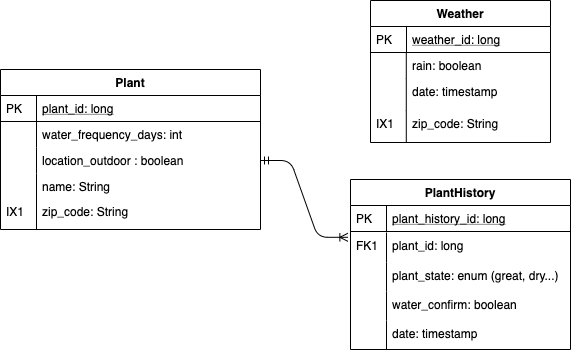
This is docs/img/erd.png from levisanchez/planta-dice, a draw.io export, as it was before one commit. Source tidied: cells renumbered, new cells last; positions are measured from the earlier drawing's top-left corner, leaving out a move shared by most shapes.
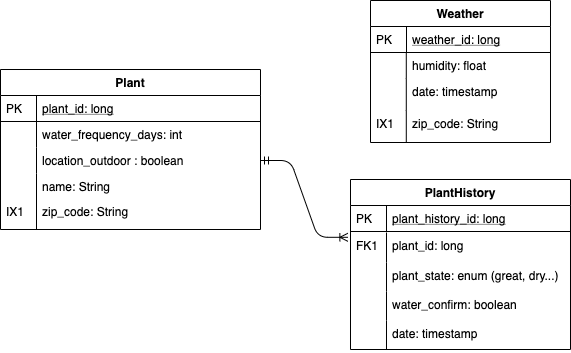
Later version of the same file.

Change to the diagram source:
```diff
@@ -23,7 +23,7 @@
     <mxCell id="8" value="PK" style="shape=partialRectangle;top=0;left=0;bottom=0;fillColor=none;align=left;verticalAlign=top;spacingLeft=4;spacingRight=4;overflow=hidden;" parent="7" vertex="1">
       <mxGeometry width="36" height="26" as="geometry" />
     </mxCell>
-    <mxCell id="9" value="rain: boolean" style="shape=partialRectangle;top=0;left=0;right=0;bottom=0;align=left;verticalAlign=top;fillColor=none;spacingLeft=40;spacingRight=4;overflow=hidden;rounded=0;shadow=0;strokeWidth=1;" parent="6" vertex="1">
+    <mxCell id="9" value="humidity: float" style="shape=partialRectangle;top=0;left=0;right=0;bottom=0;align=left;verticalAlign=top;fillColor=none;spacingLeft=40;spacingRight=4;overflow=hidden;rounded=0;shadow=0;strokeWidth=1;" parent="6" vertex="1">
       <mxGeometry y="52" width="180" height="26" as="geometry" />
     </mxCell>
     <mxCell id="10" style="shape=partialRectangle;top=0;left=0;bottom=0;fillColor=none;align=left;verticalAlign=top;spacingLeft=4;spacingRight=4;overflow=hidden;" parent="9" vertex="1">
```
